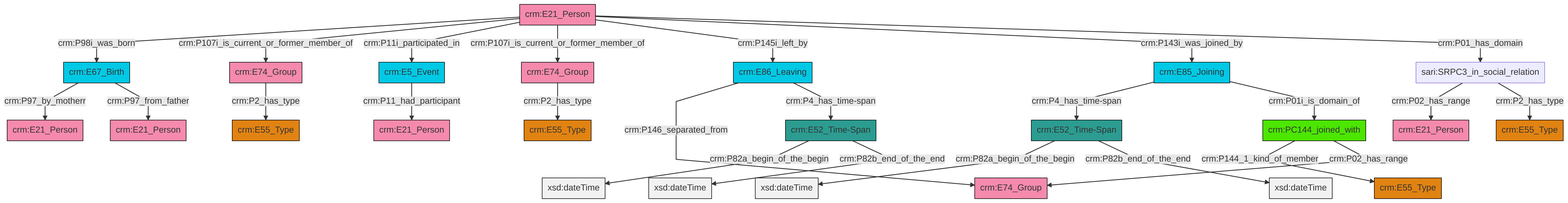
Above: et/personCSV/ttl/mmd/png/Person_Actor_Relations.png in swiss-art-research-net/reference-data-models (Mermaid), before the change. Its source is kept beside it as et/personCSV/ttl/mmd/Person_Actor_Relations.ttl.mmd.
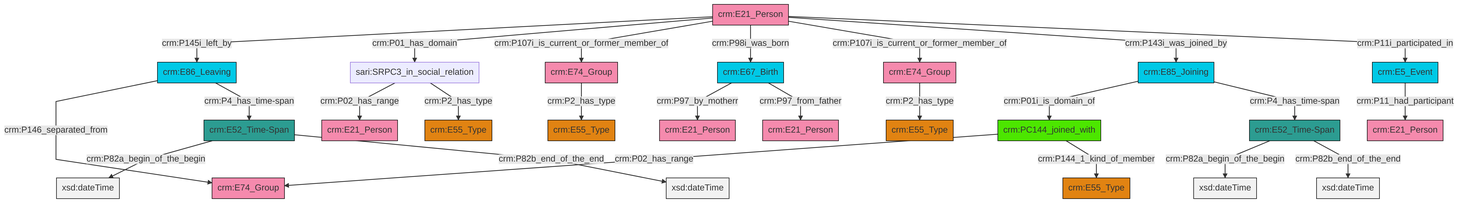
Later version of the same file.

The edit, as a diff of the source:
```diff
@@ -13,27 +13,27 @@
 classDef PC_Classes fill:#4ce600, stroke:#000000;
 classDef Multi fill:#cccccc,stroke:#000000;
 
-0["crm:E21_Person"]:::Actor -->|crm:P98i_was_born| 1["crm:E67_Birth"]:::Temporal_Entity
-4["crm:E74_Group"]:::Actor -->|crm:P2_has_type| 5["crm:E55_Type"]:::Type
-0["crm:E21_Person"]:::Actor -->|crm:P107i_is_current_or_former_member_of| 4["crm:E74_Group"]:::Actor
-7["crm:E52_Time-Span"]:::Time-Span -->|crm:P82a_begin_of_the_begin| 8[xsd:dateTime]:::Literal
-9["crm:E85_Joining"]:::Temporal_Entity -->|crm:P4_has_time-span| 7["crm:E52_Time-Span"]:::Time-Span
-10["crm:E5_Event"]:::Temporal_Entity -->|crm:P11_had_participant| 11["crm:E21_Person"]:::Actor
-12["sari:SRPC3_in_social_relation"]:::Default -->|crm:P02_has_range| 2["crm:E21_Person"]:::Actor
-12["sari:SRPC3_in_social_relation"]:::Default -->|crm:P2_has_type| 15["crm:E55_Type"]:::Type
-0["crm:E21_Person"]:::Actor -->|crm:P11i_participated_in| 10["crm:E5_Event"]:::Temporal_Entity
-0["crm:E21_Person"]:::Actor -->|crm:P107i_is_current_or_former_member_of| 25["crm:E74_Group"]:::Actor
-25["crm:E74_Group"]:::Actor -->|crm:P2_has_type| 16["crm:E55_Type"]:::Type
-1["crm:E67_Birth"]:::Temporal_Entity -->|crm:P97_by_motherr| 13["crm:E21_Person"]:::Actor
-29["crm:E86_Leaving"]:::Temporal_Entity -->|crm:P146_separated_from| 30["crm:E74_Group"]:::Actor
-21["crm:PC144_joined_with"]:::PC_Classes -->|crm:P144_1_kind_of_member| 23["crm:E55_Type"]:::Type
-0["crm:E21_Person"]:::Actor -->|crm:P145i_left_by| 29["crm:E86_Leaving"]:::Temporal_Entity
-33["crm:E52_Time-Span"]:::Time-Span -->|crm:P82a_begin_of_the_begin| 34[xsd:dateTime]:::Literal
-9["crm:E85_Joining"]:::Temporal_Entity -->|crm:P01i_is_domain_of| 21["crm:PC144_joined_with"]:::PC_Classes
-21["crm:PC144_joined_with"]:::PC_Classes -->|crm:P02_has_range| 30["crm:E74_Group"]:::Actor
-33["crm:E52_Time-Span"]:::Time-Span -->|crm:P82b_end_of_the_end| 37[xsd:dateTime]:::Literal
-1["crm:E67_Birth"]:::Temporal_Entity -->|crm:P97_from_father| 18["crm:E21_Person"]:::Actor
-7["crm:E52_Time-Span"]:::Time-Span -->|crm:P82b_end_of_the_end| 38[xsd:dateTime]:::Literal
-0["crm:E21_Person"]:::Actor -->|crm:P143i_was_joined_by| 9["crm:E85_Joining"]:::Temporal_Entity
-0["crm:E21_Person"]:::Actor -->|crm:P01_has_domain| 12["sari:SRPC3_in_social_relation"]:::Default
-29["crm:E86_Leaving"]:::Temporal_Entity -->|crm:P4_has_time-span| 33["crm:E52_Time-Span"]:::Time-Span
+2["sari:SRPC3_in_social_relation"]:::Default -->|crm:P02_has_range| 0["crm:E21_Person"]:::Actor
+3["crm:E5_Event"]:::Temporal_Entity -->|crm:P11_had_participant| 4["crm:E21_Person"]:::Actor
+5["crm:E85_Joining"]:::Temporal_Entity -->|crm:P01i_is_domain_of| 6["crm:PC144_joined_with"]:::PC_Classes
+6["crm:PC144_joined_with"]:::PC_Classes -->|crm:P02_has_range| 7["crm:E74_Group"]:::Actor
+14["crm:E21_Person"]:::Actor -->|crm:P145i_left_by| 16["crm:E86_Leaving"]:::Temporal_Entity
+14["crm:E21_Person"]:::Actor -->|crm:P01_has_domain| 2["sari:SRPC3_in_social_relation"]:::Default
+16["crm:E86_Leaving"]:::Temporal_Entity -->|crm:P146_separated_from| 7["crm:E74_Group"]:::Actor
+17["crm:E67_Birth"]:::Temporal_Entity -->|crm:P97_by_motherr| 20["crm:E21_Person"]:::Actor
+2["sari:SRPC3_in_social_relation"]:::Default -->|crm:P2_has_type| 21["crm:E55_Type"]:::Type
+14["crm:E21_Person"]:::Actor -->|crm:P107i_is_current_or_former_member_of| 22["crm:E74_Group"]:::Actor
+16["crm:E86_Leaving"]:::Temporal_Entity -->|crm:P4_has_time-span| 10["crm:E52_Time-Span"]:::Time-Span
+14["crm:E21_Person"]:::Actor -->|crm:P98i_was_born| 17["crm:E67_Birth"]:::Temporal_Entity
+6["crm:PC144_joined_with"]:::PC_Classes -->|crm:P144_1_kind_of_member| 27["crm:E55_Type"]:::Type
+17["crm:E67_Birth"]:::Temporal_Entity -->|crm:P97_from_father| 31["crm:E21_Person"]:::Actor
+22["crm:E74_Group"]:::Actor -->|crm:P2_has_type| 28["crm:E55_Type"]:::Type
+8["crm:E52_Time-Span"]:::Time-Span -->|crm:P82a_begin_of_the_begin| 32[xsd:dateTime]:::Literal
+8["crm:E52_Time-Span"]:::Time-Span -->|crm:P82b_end_of_the_end| 34[xsd:dateTime]:::Literal
+10["crm:E52_Time-Span"]:::Time-Span -->|crm:P82a_begin_of_the_begin| 35[xsd:dateTime]:::Literal
+14["crm:E21_Person"]:::Actor -->|crm:P107i_is_current_or_former_member_of| 36["crm:E74_Group"]:::Actor
+5["crm:E85_Joining"]:::Temporal_Entity -->|crm:P4_has_time-span| 8["crm:E52_Time-Span"]:::Time-Span
+14["crm:E21_Person"]:::Actor -->|crm:P143i_was_joined_by| 5["crm:E85_Joining"]:::Temporal_Entity
+14["crm:E21_Person"]:::Actor -->|crm:P11i_participated_in| 3["crm:E5_Event"]:::Temporal_Entity
+36["crm:E74_Group"]:::Actor -->|crm:P2_has_type| 12["crm:E55_Type"]:::Type
+10["crm:E52_Time-Span"]:::Time-Span -->|crm:P82b_end_of_the_end| 44[xsd:dateTime]:::Literal
```
